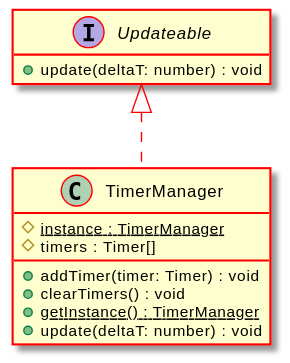
Before: docs/api/assets/TimerManager-umlClassDiagram-6834.svg, a diagram exported from PlantUML (Test123938/Test2). The source it was exported from:
```plantuml
@startuml
skinparam ClassArrowColor #ff0000
skinparam ClassBorderColor #ff0000
skinparam BackgroundColor transparent
hide empty methods
hide empty fields
class "TimerManager" {
    {static} #instance : TimerManager
    #timers : Timer[]
    +addTimer(timer: Timer) : void
    +clearTimers() : void
    {static} +getInstance() : TimerManager
    +update(deltaT: number) : void
}
interface "Updateable" {
    +update(deltaT: number) : void
}
"Updateable" <|.. "TimerManager"
@enduml
```
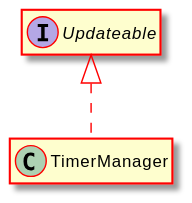
After the change.

Diff of the diagram source:
```diff
@@ -5,15 +5,8 @@
 hide empty methods
 hide empty fields
 class "TimerManager" {
-    {static} #instance : TimerManager
-    #timers : Timer[]
-    +addTimer(timer: Timer) : void
-    +clearTimers() : void
-    {static} +getInstance() : TimerManager
-    +update(deltaT: number) : void
 }
 interface "Updateable" {
-    +update(deltaT: number) : void
 }
 "Updateable" <|.. "TimerManager"
 @enduml
```
